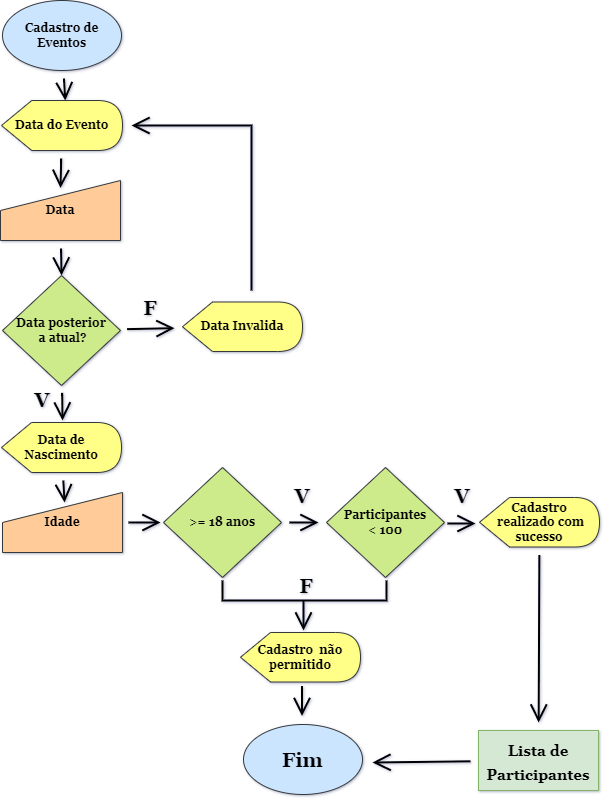
Above: Fluxograma_cadastro_eventos.drawio.png in alessclaro77/projeto_cadastro_eventos (draw.io), before the change. Source tidied: cells renumbered, new cells last; positions are measured from the earlier drawing's top-left corner, leaving out a move shared by most shapes. Its diagram source:
```xml
<mxGraphModel background="#ffffff" shadow="1">
  <root>
    <mxCell id="0" />
    <mxCell id="1" parent="0" />
    <mxCell id="2" style="edgeStyle=none;curved=1;rounded=0;jettySize=auto;html=1;entryX=0;entryY=0;entryDx=63.75;entryDy=0;entryPerimeter=0;fontSize=12;endArrow=open;startSize=14;endSize=14;sourcePerimeterSpacing=8;targetPerimeterSpacing=8;strokeWidth=2;" parent="1" edge="1" source="3" target="5">
      <mxGeometry relative="1" as="geometry" />
    </mxCell>
    <mxCell id="3" value="Cadastro de Eventos" style="ellipse;whiteSpace=wrap;html=1;hachureGap=4;fillColor=#cce5ff;strokeColor=#36393d;fontFamily=Georgia;fontStyle=1;fontSize=12;" parent="1" vertex="1">
      <mxGeometry x="2" width="119" height="70" as="geometry" />
    </mxCell>
    <mxCell id="4" style="edgeStyle=none;curved=1;rounded=0;jettySize=auto;html=1;entryX=0.5;entryY=0.125;entryDx=0;entryDy=0;entryPerimeter=0;fontSize=12;endArrow=open;startSize=14;endSize=14;sourcePerimeterSpacing=8;targetPerimeterSpacing=8;strokeWidth=2;" parent="1" edge="1" source="5" target="7">
      <mxGeometry relative="1" as="geometry" />
    </mxCell>
    <mxCell id="5" value="Data do Evento" style="shape=display;whiteSpace=wrap;html=1;hachureGap=4;fillColor=#ffff88;strokeColor=#36393d;fontFamily=Georgia;fontStyle=1;fontSize=12;" parent="1" vertex="1">
      <mxGeometry x="1" y="100" width="121" height="50" as="geometry" />
    </mxCell>
    <mxCell id="6" style="edgeStyle=none;curved=1;rounded=0;jettySize=auto;html=1;entryX=0.5;entryY=0;entryDx=0;entryDy=0;fontFamily=Georgia;fontSize=12;endArrow=open;startSize=14;endSize=14;sourcePerimeterSpacing=8;targetPerimeterSpacing=8;strokeWidth=2;" parent="1" edge="1" source="7" target="10">
      <mxGeometry relative="1" as="geometry" />
    </mxCell>
    <mxCell id="7" value="Data" style="shape=manualInput;whiteSpace=wrap;html=1;hachureGap=4;fontSize=12;fillColor=#ffcc99;strokeColor=#36393d;fontFamily=Georgia;fontStyle=1;" parent="1" vertex="1">
      <mxGeometry y="180" width="120" height="60" as="geometry" />
    </mxCell>
    <mxCell id="8" style="edgeStyle=none;curved=1;rounded=0;jettySize=auto;html=1;fontFamily=Georgia;fontSize=12;endArrow=open;startSize=14;endSize=14;sourcePerimeterSpacing=8;targetPerimeterSpacing=8;strokeWidth=2;" parent="1" edge="1" source="10">
      <mxGeometry relative="1" as="geometry">
        <mxPoint x="62" y="420" as="targetPoint" />
      </mxGeometry>
    </mxCell>
    <mxCell id="9" style="edgeStyle=none;rounded=0;jettySize=auto;html=1;fontFamily=Georgia;fontSize=12;endArrow=open;startSize=14;endSize=14;sourcePerimeterSpacing=8;targetPerimeterSpacing=8;strokeWidth=2;" parent="1" edge="1" source="10" target="13">
      <mxGeometry relative="1" as="geometry" />
    </mxCell>
    <mxCell id="10" value="Data posterior&lt;br&gt;&amp;nbsp;a atual?" style="rhombus;whiteSpace=wrap;html=1;hachureGap=4;fontFamily=Georgia;fontSize=12;fillColor=#cdeb8b;strokeColor=#36393d;fontStyle=1;" parent="1" vertex="1">
      <mxGeometry x="2" y="275" width="118" height="110" as="geometry" />
    </mxCell>
    <mxCell id="11" value="V" style="text;strokeColor=none;fillColor=none;html=1;align=center;verticalAlign=middle;whiteSpace=wrap;rounded=0;hachureGap=4;fontFamily=Georgia;fontSize=20;fontStyle=1;" parent="1" vertex="1">
      <mxGeometry x="12" y="384" width="60" height="30" as="geometry" />
    </mxCell>
    <mxCell id="12" style="edgeStyle=none;rounded=0;orthogonalLoop=1;jettySize=auto;html=1;fontFamily=Georgia;fontSize=12;endArrow=open;startSize=14;endSize=14;sourcePerimeterSpacing=8;targetPerimeterSpacing=8;strokeWidth=2;" parent="1" edge="1">
      <mxGeometry relative="1" as="geometry">
        <mxPoint x="251" y="290" as="sourcePoint" />
        <mxPoint x="131" y="125" as="targetPoint" />
        <Array as="points">
          <mxPoint x="251" y="187" />
          <mxPoint x="251" y="125" />
        </Array>
      </mxGeometry>
    </mxCell>
    <mxCell id="13" value="Data Invalida" style="shape=display;whiteSpace=wrap;html=1;hachureGap=4;fillColor=#ffff88;strokeColor=#36393d;fontFamily=Georgia;fontStyle=1;fontSize=12;align=center;" parent="1" vertex="1">
      <mxGeometry x="182" y="301.5" width="120" height="49.5" as="geometry" />
    </mxCell>
    <mxCell id="14" value="F" style="text;strokeColor=none;fillColor=none;html=1;align=center;verticalAlign=middle;whiteSpace=wrap;rounded=0;hachureGap=4;fontFamily=Georgia;fontSize=20;fontStyle=1;" parent="1" vertex="1">
      <mxGeometry x="120" y="291.5" width="60" height="30" as="geometry" />
    </mxCell>
    <mxCell id="15" style="edgeStyle=none;rounded=0;jettySize=auto;html=1;entryX=0.517;entryY=0.167;entryDx=0;entryDy=0;entryPerimeter=0;fontFamily=Georgia;fontSize=12;endArrow=open;startSize=14;endSize=14;sourcePerimeterSpacing=8;targetPerimeterSpacing=8;strokeWidth=2;" parent="1" edge="1" source="16" target="18">
      <mxGeometry relative="1" as="geometry" />
    </mxCell>
    <mxCell id="16" value="Data de Nascimento" style="shape=display;whiteSpace=wrap;html=1;hachureGap=4;fillColor=#ffff88;strokeColor=#36393d;fontFamily=Georgia;fontStyle=1;fontSize=12;align=center;" parent="1" vertex="1">
      <mxGeometry x="1" y="422" width="120" height="50" as="geometry" />
    </mxCell>
    <mxCell id="17" style="edgeStyle=none;rounded=0;orthogonalLoop=1;jettySize=auto;html=1;fontFamily=Georgia;fontSize=18;endArrow=open;startSize=14;endSize=14;sourcePerimeterSpacing=8;targetPerimeterSpacing=8;strokeWidth=2;" parent="1" edge="1">
      <mxGeometry relative="1" as="geometry">
        <mxPoint x="128" y="522" as="sourcePoint" />
        <mxPoint x="160" y="522" as="targetPoint" />
      </mxGeometry>
    </mxCell>
    <mxCell id="18" value="Idade" style="shape=manualInput;whiteSpace=wrap;html=1;hachureGap=4;fontSize=12;fillColor=#ffcc99;strokeColor=#36393d;fontFamily=Georgia;fontStyle=1;" parent="1" vertex="1">
      <mxGeometry x="2" y="492" width="120" height="60" as="geometry" />
    </mxCell>
    <mxCell id="19" style="edgeStyle=none;rounded=0;jettySize=auto;html=1;fontFamily=Georgia;fontSize=18;endArrow=open;startSize=14;endSize=14;sourcePerimeterSpacing=8;targetPerimeterSpacing=8;strokeWidth=2;" parent="1" edge="1" source="20" target="22">
      <mxGeometry relative="1" as="geometry" />
    </mxCell>
    <mxCell id="20" value="&amp;gt;=&amp;nbsp;18 anos" style="rhombus;whiteSpace=wrap;html=1;hachureGap=4;fontFamily=Georgia;fontSize=12;fillColor=#cdeb8b;strokeColor=#36393d;fontStyle=1;" parent="1" vertex="1">
      <mxGeometry x="163" y="467" width="118" height="110" as="geometry" />
    </mxCell>
    <mxCell id="21" style="edgeStyle=none;rounded=0;orthogonalLoop=1;jettySize=auto;html=1;fontFamily=Georgia;fontSize=18;endArrow=open;startSize=14;endSize=14;sourcePerimeterSpacing=8;targetPerimeterSpacing=8;strokeWidth=2;exitX=1;exitY=0.5;exitDx=0;exitDy=0;" parent="1" edge="1">
      <mxGeometry relative="1" as="geometry">
        <mxPoint x="447" y="523" as="sourcePoint" />
        <mxPoint x="475" y="523" as="targetPoint" />
      </mxGeometry>
    </mxCell>
    <mxCell id="22" value="Participantes&lt;br&gt;&amp;lt; 100" style="rhombus;whiteSpace=wrap;html=1;hachureGap=4;fontFamily=Georgia;fontSize=12;fillColor=#cdeb8b;strokeColor=#36393d;fontStyle=1;" parent="1" vertex="1">
      <mxGeometry x="326" y="467" width="118" height="110" as="geometry" />
    </mxCell>
    <mxCell id="23" value="V" style="text;strokeColor=none;fillColor=none;html=1;align=center;verticalAlign=middle;whiteSpace=wrap;rounded=0;hachureGap=4;fontFamily=Georgia;fontSize=20;fontStyle=1;" parent="1" vertex="1">
      <mxGeometry x="272" y="480" width="60" height="30" as="geometry" />
    </mxCell>
    <mxCell id="24" style="edgeStyle=none;rounded=0;jettySize=auto;html=1;fontFamily=Georgia;fontSize=20;endArrow=open;startSize=14;endSize=14;sourcePerimeterSpacing=8;targetPerimeterSpacing=8;strokeWidth=2;" parent="1" edge="1" source="25" target="34">
      <mxGeometry relative="1" as="geometry" />
    </mxCell>
    <mxCell id="25" value="Cadastro&lt;br&gt;&amp;nbsp;realizado com sucesso" style="shape=display;whiteSpace=wrap;html=1;hachureGap=4;fillColor=#ffff88;strokeColor=#36393d;fontFamily=Georgia;fontStyle=1;fontSize=12;align=center;" parent="1" vertex="1">
      <mxGeometry x="479" y="497" width="120" height="49.5" as="geometry" />
    </mxCell>
    <mxCell id="26" value="V" style="text;strokeColor=none;fillColor=none;html=1;align=center;verticalAlign=middle;whiteSpace=wrap;rounded=0;hachureGap=4;fontFamily=Georgia;fontSize=20;fontStyle=1;" parent="1" vertex="1">
      <mxGeometry x="432" y="480" width="60" height="30" as="geometry" />
    </mxCell>
    <mxCell id="27" value="Fim" style="ellipse;whiteSpace=wrap;html=1;hachureGap=4;fillColor=#cce5ff;strokeColor=#36393d;fontFamily=Georgia;fontStyle=1;fontSize=20;" parent="1" vertex="1">
      <mxGeometry x="243" y="724" width="119" height="70" as="geometry" />
    </mxCell>
    <mxCell id="28" value="Cadastro&amp;nbsp; não permitido" style="shape=display;whiteSpace=wrap;html=1;hachureGap=4;fillColor=#ffff88;strokeColor=#36393d;fontFamily=Georgia;fontStyle=1;fontSize=12;align=center;" parent="1" vertex="1">
      <mxGeometry x="240" y="632" width="120" height="49.5" as="geometry" />
    </mxCell>
    <mxCell id="29" style="edgeStyle=none;orthogonalLoop=1;jettySize=auto;html=1;rounded=0;fontFamily=Georgia;fontSize=18;endArrow=open;startSize=14;endSize=14;sourcePerimeterSpacing=8;targetPerimeterSpacing=8;strokeWidth=2;" parent="1" edge="1">
      <mxGeometry relative="1" as="geometry">
        <mxPoint x="301.5" y="685.5" as="sourcePoint" />
        <mxPoint x="301.5" y="715.5" as="targetPoint" />
      </mxGeometry>
    </mxCell>
    <mxCell id="30" style="edgeStyle=none;orthogonalLoop=1;jettySize=auto;html=1;rounded=0;fontFamily=Georgia;fontSize=18;endArrow=open;startSize=14;endSize=14;sourcePerimeterSpacing=8;targetPerimeterSpacing=8;strokeWidth=2;" parent="1" edge="1">
      <mxGeometry relative="1" as="geometry">
        <mxPoint x="303" y="600" as="sourcePoint" />
        <mxPoint x="303" y="630" as="targetPoint" />
      </mxGeometry>
    </mxCell>
    <mxCell id="31" value="F" style="text;strokeColor=none;fillColor=none;html=1;align=center;verticalAlign=middle;whiteSpace=wrap;rounded=0;hachureGap=4;fontFamily=Georgia;fontSize=20;fontStyle=1;" parent="1" vertex="1">
      <mxGeometry x="275.5" y="570" width="60" height="30" as="geometry" />
    </mxCell>
    <mxCell id="32" style="endArrow=none;html=1;rounded=0;fontFamily=Georgia;fontSize=18;startSize=14;endSize=14;sourcePerimeterSpacing=8;targetPerimeterSpacing=8;strokeWidth=2;" parent="1" edge="1">
      <mxGeometry relative="1" as="geometry">
        <mxPoint x="222" y="580" as="sourcePoint" />
        <mxPoint x="386" y="580" as="targetPoint" />
        <Array as="points">
          <mxPoint x="222" y="600" />
          <mxPoint x="386" y="600" />
        </Array>
      </mxGeometry>
    </mxCell>
    <mxCell id="33" style="edgeStyle=none;rounded=0;jettySize=auto;html=1;fontFamily=Georgia;fontSize=20;endArrow=open;startSize=14;endSize=14;sourcePerimeterSpacing=8;targetPerimeterSpacing=8;strokeWidth=2;" parent="1" edge="1" source="34">
      <mxGeometry relative="1" as="geometry">
        <mxPoint x="372" y="762" as="targetPoint" />
      </mxGeometry>
    </mxCell>
    <mxCell id="34" value="&lt;font style=&quot;font-size: 15px&quot;&gt;Lista de Participantes&lt;/font&gt;" style="whiteSpace=wrap;html=1;hachureGap=4;fontFamily=Georgia;fontSize=20;fillColor=#d5e8d4;strokeColor=#82b366;fontStyle=1;" parent="1" vertex="1">
      <mxGeometry x="478" y="730" width="120" height="60" as="geometry" />
    </mxCell>
  </root>
</mxGraphModel>
```
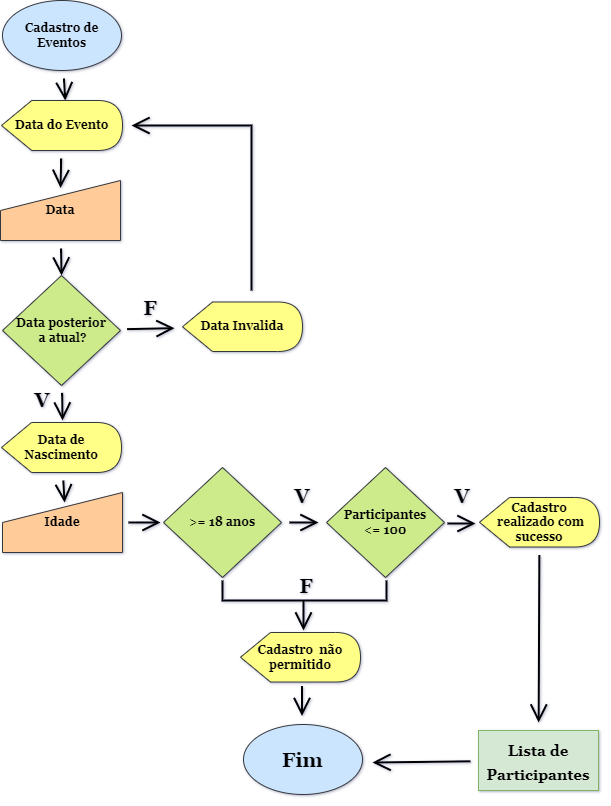
The same file after the commit.

What changed in the source:
```diff
@@ -77,7 +77,7 @@
         <mxPoint x="475" y="523" as="targetPoint" />
       </mxGeometry>
     </mxCell>
-    <mxCell id="22" value="Participantes&lt;br&gt;&amp;lt; 100" style="rhombus;whiteSpace=wrap;html=1;hachureGap=4;fontFamily=Georgia;fontSize=12;fillColor=#cdeb8b;strokeColor=#36393d;fontStyle=1;" parent="1" vertex="1">
+    <mxCell id="22" value="Participantes&lt;br&gt;&amp;lt;= 100" style="rhombus;whiteSpace=wrap;html=1;hachureGap=4;fontFamily=Georgia;fontSize=12;fillColor=#cdeb8b;strokeColor=#36393d;fontStyle=1;" parent="1" vertex="1">
       <mxGeometry x="326" y="467" width="118" height="110" as="geometry" />
     </mxCell>
     <mxCell id="23" value="V" style="text;strokeColor=none;fillColor=none;html=1;align=center;verticalAlign=middle;whiteSpace=wrap;rounded=0;hachureGap=4;fontFamily=Georgia;fontSize=20;fontStyle=1;" parent="1" vertex="1">
```
